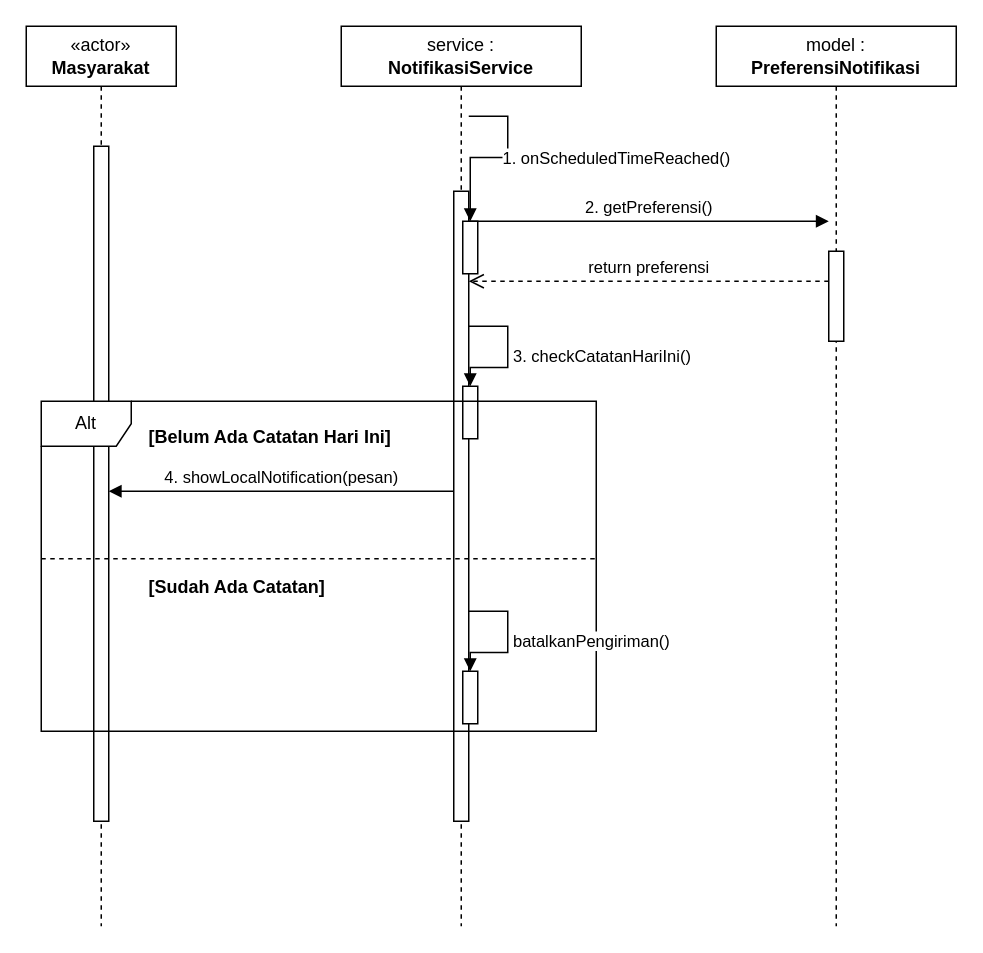
This is docs/UML/sequence_diagram/adjusted/SKPL-F-021.drawio from randy-ar/snap-notes-docs, a draw.io file, before an edit. Source tidied: cells renumbered, new cells numbered last; positions are measured from the earlier drawing's top-left corner, leaving out a move shared by most shapes. Both pictures are drawn from the tidied source at 150%, with x=0, y=0 at pixel (26, 26).
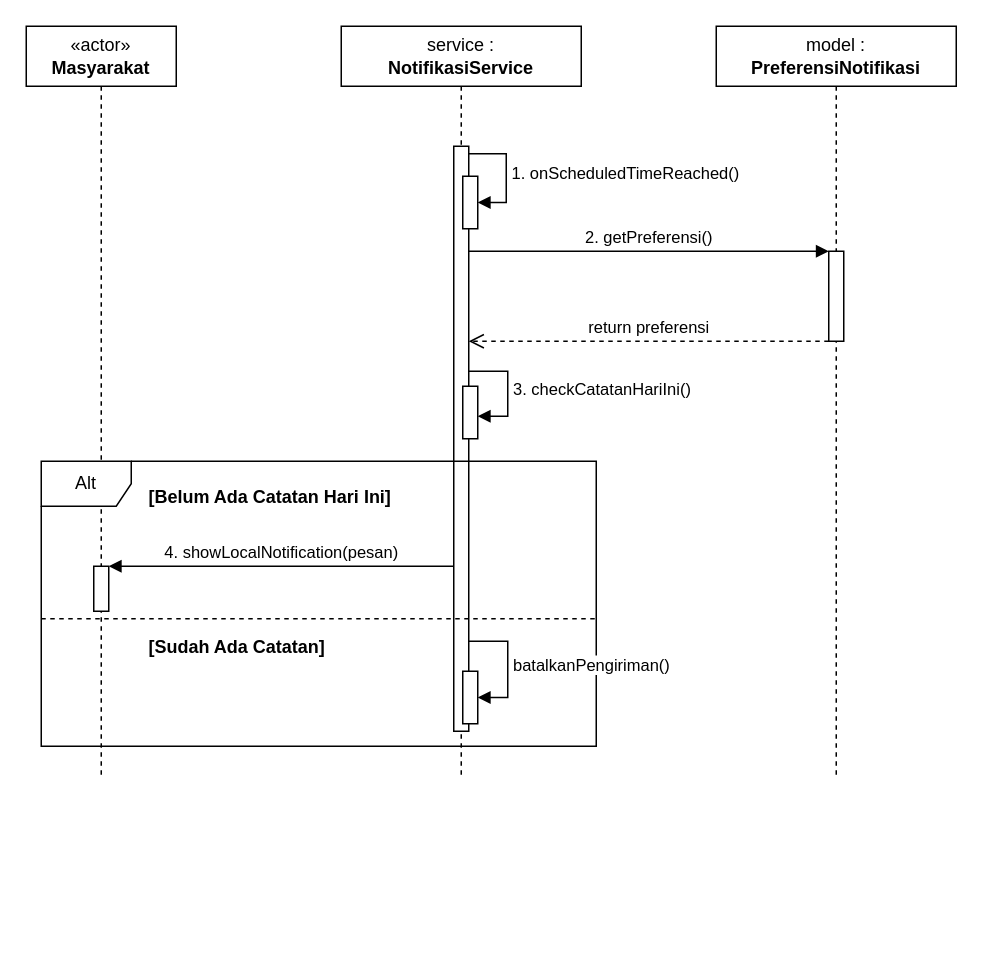
Above is the later version.

The change refers to these unchanged cells:
```xml
<mxCell id="6" style="html=1;points=[[0,0,0,0,5],[0,1,0,0,-5],[1,0,0,0,5],[1,1,0,0,-5]];perimeter=orthogonalPerimeter;outlineConnect=0;targetShapes=umlLifeline;portConstraint=eastwest;newEdgeStyle={&quot;curved&quot;:0,&quot;rounded&quot;:0};" parent="4" vertex="1">
  <mxGeometry x="81" y="240" width="10" height="35" as="geometry" />
</mxCell>
<mxCell id="7" style="html=1;points=[[0,0,0,0,5],[0,1,0,0,-5],[1,0,0,0,5],[1,1,0,0,-5]];perimeter=orthogonalPerimeter;outlineConnect=0;targetShapes=umlLifeline;portConstraint=eastwest;newEdgeStyle={&quot;curved&quot;:0,&quot;rounded&quot;:0};" parent="4" vertex="1">
  <mxGeometry x="81" y="430" width="10" height="35" as="geometry" />
</mxCell>
```

Diff of the diagram source:
```diff
@@
     <mxCell id="2" value="«actor»&lt;br&gt;&lt;b&gt;Masyarakat&lt;/b&gt;" style="shape=umlLifeline;perimeter=lifelinePerimeter;whiteSpace=wrap;html=1;newEdgeStyle={&quot;curved&quot;:0,&quot;rounded&quot;:0};" parent="1" vertex="1">
-      <mxGeometry width="100" height="600" as="geometry" />
+      <mxGeometry width="100" height="500" as="geometry" />
     </mxCell>
     <mxCell id="3" style="html=1;perimeter=orthogonalPerimeter;targetShapes=umlLifeline;newEdgeStyle={&quot;curved&quot;:0,&quot;rounded&quot;:0};" parent="2" vertex="1">
-      <mxGeometry x="45" y="80" width="10" height="450" as="geometry" />
+      <mxGeometry x="45" y="360" width="10" height="30" as="geometry" />
     </mxCell>
     <mxCell id="4" value="service :&lt;br&gt;&lt;b&gt;NotifikasiService&lt;/b&gt;" style="shape=umlLifeline;perimeter=lifelinePerimeter;whiteSpace=wrap;html=1;newEdgeStyle={&quot;curved&quot;:0,&quot;rounded&quot;:0};" parent="1" vertex="1">
-      <mxGeometry x="210" width="160" height="600" as="geometry" />
+      <mxGeometry x="210" width="160" height="500" as="geometry" />
     </mxCell>
-    <mxCell id="5" style="html=1;perimeter=orthogonalPerimeter;targetShapes=umlLifeline;newEdgeStyle={&quot;curved&quot;:0,&quot;rounded&quot;:0};" parent="4" vertex="1">
-      <mxGeometry x="75" y="110" width="10" height="420" as="geometry" />
+    <mxCell id="5" value=" " style="html=1;perimeter=orthogonalPerimeter;targetShapes=umlLifeline;newEdgeStyle={&quot;curved&quot;:0,&quot;rounded&quot;:0};" parent="4" vertex="1">
+      <mxGeometry x="75" y="80" width="10" height="390" as="geometry" />
     </mxCell>
@@
+    <mxCell id="10" style="html=1;points=[[0,0,0,0,5],[0,1,0,0,-5],[1,0,0,0,5],[1,1,0,0,-5]];perimeter=orthogonalPerimeter;outlineConnect=0;targetShapes=umlLifeline;portConstraint=eastwest;newEdgeStyle={&quot;curved&quot;:0,&quot;rounded&quot;:0};" parent="4" vertex="1">
+      <mxGeometry x="81" y="100" width="10" height="35" as="geometry" />
+    </mxCell>
+    <mxCell id="11" value="&lt;span style=&quot;text-align: center;&quot;&gt;1. onScheduledTimeReached()&lt;/span&gt;" style="html=1;align=left;spacingLeft=2;endArrow=block;rounded=0;edgeStyle=orthogonalEdgeStyle;curved=0;exitX=1;exitY=0;exitDx=0;exitDy=5;exitPerimeter=0;" parent="4" edge="1">
+      <mxGeometry relative="1" as="geometry">
+        <mxPoint x="85" y="85" as="sourcePoint" />
+        <mxPoint x="91" y="117.5" as="targetPoint" />
+        <Array as="points">
+          <mxPoint x="110" y="85" />
+          <mxPoint x="110" y="117.5" />
+        </Array>
+      </mxGeometry>
+    </mxCell>
     <mxCell id="8" value="model :&lt;br&gt;&lt;b&gt;PreferensiNotifikasi&lt;/b&gt;" style="shape=umlLifeline;perimeter=lifelinePerimeter;whiteSpace=wrap;html=1;newEdgeStyle={&quot;curved&quot;:0,&quot;rounded&quot;:0};" parent="1" vertex="1">
-      <mxGeometry x="460" width="160" height="600" as="geometry" />
+      <mxGeometry x="460" width="160" height="500" as="geometry" />
     </mxCell>
@@
-    <mxCell id="10" style="html=1;points=[[0,0,0,0,5],[0,1,0,0,-5],[1,0,0,0,5],[1,1,0,0,-5]];perimeter=orthogonalPerimeter;outlineConnect=0;targetShapes=umlLifeline;portConstraint=eastwest;newEdgeStyle={&quot;curved&quot;:0,&quot;rounded&quot;:0};" parent="4" vertex="1">
-      <mxGeometry x="81" y="130" width="10" height="35" as="geometry" />
-    </mxCell>
-    <mxCell id="11" value="&lt;span style=&quot;text-align: center;&quot;&gt;1. onScheduledTimeReached()&lt;/span&gt;" style="html=1;align=left;spacingLeft=2;endArrow=block;rounded=0;edgeStyle=orthogonalEdgeStyle;curved=0;" parent="1" edge="1" target="10">
-      <mxGeometry relative="1" as="geometry">
-        <mxPoint x="295" y="60" as="sourcePoint" />
-        <Array as="points">
-          <mxPoint x="321" y="60" />
-          <mxPoint x="321" y="87.5" />
-        </Array>
-      </mxGeometry>
-    </mxCell>
     <mxCell id="12" value="2. getPreferensi()" style="html=1;verticalAlign=bottom;endArrow=block;curved=0;rounded=0;" parent="1" edge="1">
       <mxGeometry relative="1" as="geometry">
-        <mxPoint x="295" y="130" as="sourcePoint" />
-        <mxPoint x="535" y="130" as="targetPoint" />
+        <mxPoint x="295" y="150" as="sourcePoint" />
+        <mxPoint x="535" y="150" as="targetPoint" />
       </mxGeometry>
     </mxCell>
     <mxCell id="13" value="return preferensi" style="html=1;verticalAlign=bottom;endArrow=open;dashed=1;endSize=8;curved=0;rounded=0;" parent="1" edge="1">
       <mxGeometry relative="1" as="geometry">
-        <mxPoint x="535" y="170" as="sourcePoint" />
-        <mxPoint x="295" y="170" as="targetPoint" />
+        <mxPoint x="535" y="210" as="sourcePoint" />
+        <mxPoint x="295" y="210" as="targetPoint" />
       </mxGeometry>
     </mxCell>
     <mxCell id="14" value="&lt;span style=&quot;text-align: center;&quot;&gt;3. checkCatatanHariIni()&lt;/span&gt;" style="html=1;align=left;spacingLeft=2;endArrow=block;rounded=0;edgeStyle=orthogonalEdgeStyle;curved=0;" parent="1" edge="1" target="6">
       <mxGeometry relative="1" as="geometry">
-        <mxPoint x="295" y="200" as="sourcePoint" />
+        <mxPoint x="295" y="230" as="sourcePoint" />
         <Array as="points">
-          <mxPoint x="321" y="200" />
-          <mxPoint x="321" y="227.5" />
+          <mxPoint x="321" y="230" />
+          <mxPoint x="321" y="260" />
         </Array>
       </mxGeometry>
     </mxCell>
     <mxCell id="15" value="Alt" style="shape=umlFrame;whiteSpace=wrap;html=1;width=60;height=30;" parent="1" vertex="1">
-      <mxGeometry x="10" y="250" width="370" height="220" as="geometry" />
+      <mxGeometry x="10" y="290" width="370" height="190" as="geometry" />
     </mxCell>
@@
-    <mxCell id="17" value="4. showLocalNotification(pesan)" style="html=1;verticalAlign=bottom;endArrow=block;curved=0;rounded=0;" parent="1" edge="1">
-      <mxGeometry relative="1" as="geometry">
-        <mxPoint x="285" y="310" as="sourcePoint" />
-        <mxPoint x="55" y="310" as="targetPoint" />
-      </mxGeometry>
-    </mxCell>
@@
+    <mxCell id="17" value="4. showLocalNotification(pesan)" style="html=1;verticalAlign=bottom;endArrow=block;curved=0;rounded=0;" parent="1" edge="1">
+      <mxGeometry relative="1" as="geometry">
+        <mxPoint x="285" y="360" as="sourcePoint" />
+        <mxPoint x="55" y="360" as="targetPoint" />
+      </mxGeometry>
+    </mxCell>
     <mxCell id="20" value="&lt;span style=&quot;text-align: center;&quot;&gt;batalkanPengiriman()&lt;/span&gt;" style="html=1;align=left;spacingLeft=2;endArrow=block;rounded=0;edgeStyle=orthogonalEdgeStyle;curved=0;" parent="1" edge="1" target="7">
       <mxGeometry relative="1" as="geometry">
-        <mxPoint x="295" y="390" as="sourcePoint" />
+        <mxPoint x="295" y="410" as="sourcePoint" />
         <Array as="points">
-          <mxPoint x="321" y="390" />
-          <mxPoint x="321" y="417.5" />
+          <mxPoint x="321" y="410" />
+          <mxPoint x="321" y="447.5" />
         </Array>
       </mxGeometry>
     </mxCell>
```
